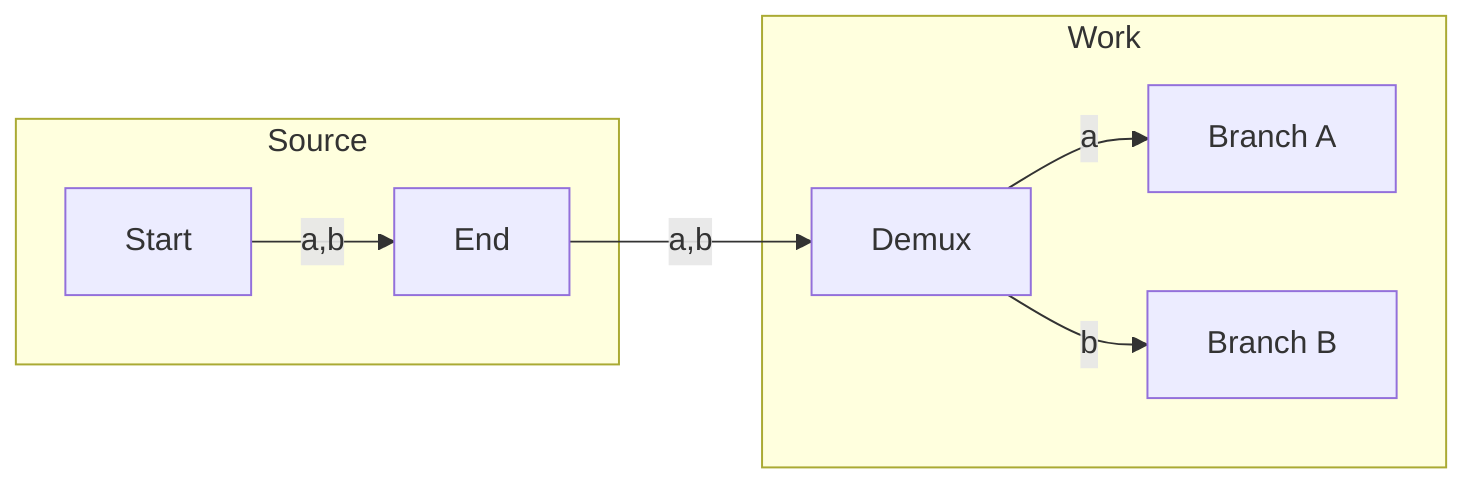
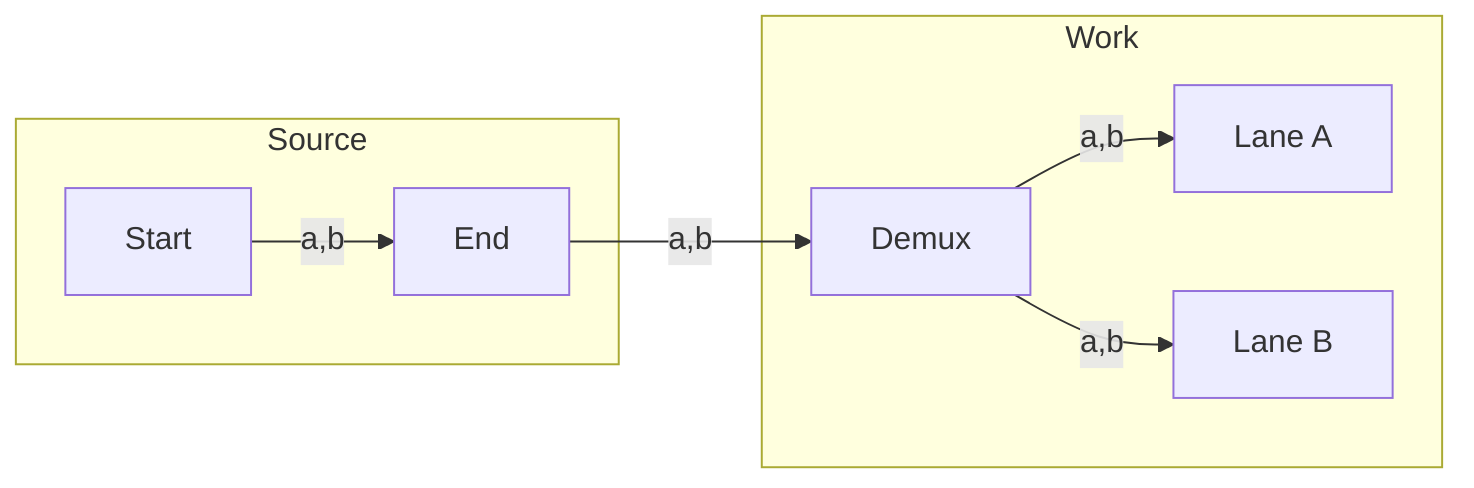
%%metro title: TB Internal Diagonal
%%metro style: dark
%%metro line: a | A | #e63946
%%metro line: b | B | #0570b0
%%metro grid: source | 0,0
%%metro grid: work | 1,0

graph LR
    subgraph source [Source]
        s1[Start]
        s2[End]
        s1 -->|a,b| s2
    end
    subgraph work [Work]
        %%metro direction: TB
        %%metro entry: top | a,b
        hub[Demux]
-         left[Branch A]
-         right[Branch B]
-         hub -->|a| left
-         hub -->|b| right
+         left[Lane A]
+         right[Lane B]
+         hub -->|a,b| left
+         hub -->|a,b| right
    end
    s2 -->|a,b| hub
